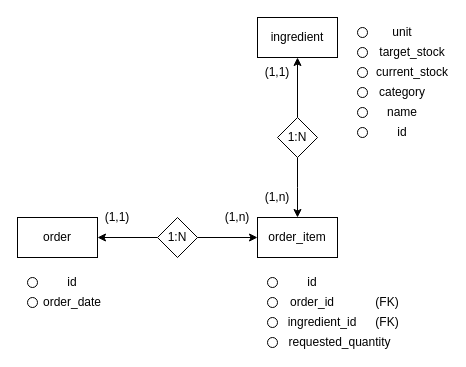
Earlier version of the draw.io diagram DB_DIAGRAM.drawio (Lukas-Clifford/TakekoApp). Source tidied: cells renumbered, new cells numbered last; positions are measured from the earlier drawing's top-left corner, leaving out a move shared by most shapes. Both pictures are drawn from the tidied source at 100%, with x=0, y=0 at pixel (17, 17).
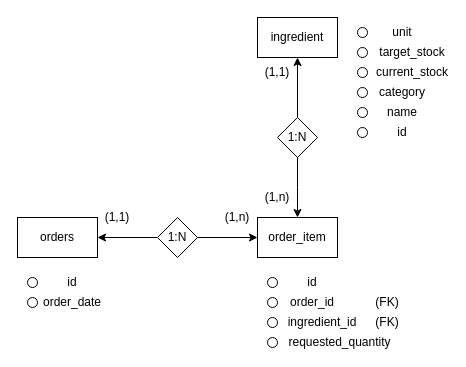
The same page after the edit.

The edit, as a diff of the source:
```diff
@@
-    <mxCell id="3" value="order" style="rounded=0;whiteSpace=wrap;html=1;" parent="1" vertex="1">
+    <mxCell id="3" value="orders" style="rounded=0;whiteSpace=wrap;html=1;" parent="1" vertex="1">
       <mxGeometry y="200" width="80" height="40" as="geometry" />
     </mxCell>
```
